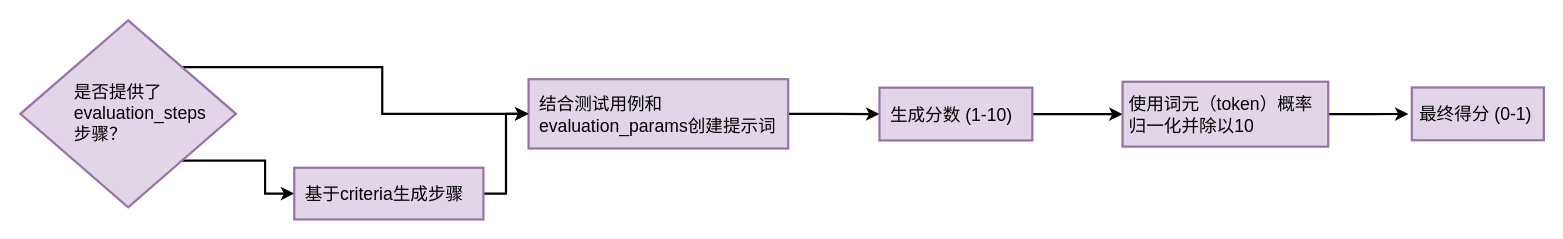
Earlier version of the draw.io diagram diagrams/the_calculation_steps_of_the_g_eval_framework_metric.drawio (real-jiakai/draw). Source tidied: cells renumbered, new cells numbered last; positions are measured from the earlier drawing's top-left corner, leaving out a move shared by most shapes. Both pictures are drawn from the tidied source at 110%, with x=0, y=0 at pixel (20, 20).
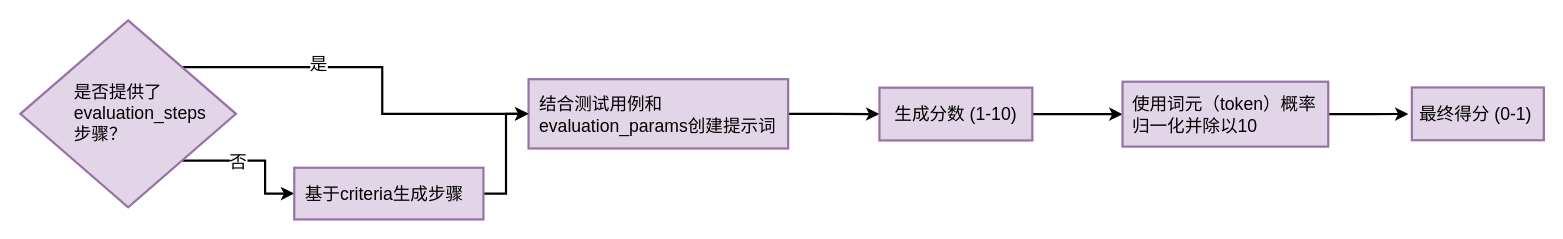
The same diagram, later.

The change refers to these unchanged cells:
```xml
<mxCell id="4" style="edgeStyle=orthogonalEdgeStyle;rounded=0;jettySize=auto;html=1;exitX=1;exitY=0;exitDx=0;exitDy=0;entryX=0;entryY=0.5;entryDx=0;entryDy=0;strokeWidth=2;" parent="1" edge="1" source="6" target="3">
  <mxGeometry relative="1" as="geometry" />
</mxCell>
<mxCell id="5" style="edgeStyle=orthogonalEdgeStyle;rounded=0;jettySize=auto;html=1;exitX=1;exitY=1;exitDx=0;exitDy=0;entryX=0;entryY=0.5;entryDx=0;entryDy=0;strokeWidth=2;" parent="1" edge="1" source="6" target="18">
  <mxGeometry relative="1" as="geometry" />
</mxCell>
```

The edit, as a diff of the source:
```diff
@@
+    <mxCell id="20" value="&lt;font style=&quot;font-size: 16px;&quot;&gt;是&lt;/font&gt;" style="edgeLabel;html=1;align=center;verticalAlign=middle;" parent="4" vertex="1">
+      <mxGeometry x="-0.31" y="3" relative="1" as="geometry" />
+    </mxCell>
@@
+    <mxCell id="21" value="&lt;font style=&quot;font-size: 16px;&quot;&gt;否&lt;/font&gt;" style="edgeLabel;html=1;align=center;verticalAlign=middle;" parent="5" vertex="1">
+      <mxGeometry x="-0.24" y="-1" relative="1" as="geometry" />
+    </mxCell>
@@
     <mxCell id="11" value="&lt;span style=&quot;font-size: 16px;&quot;&gt;生成分数 (1-10)&lt;/span&gt;" style="text;html=1;align=left;verticalAlign=middle;whiteSpace=wrap;rounded=0;" parent="1" vertex="1">
-      <mxGeometry x="789" y="63.2" width="123" height="46" as="geometry" />
+      <mxGeometry x="792.5" y="62" width="116" height="46" as="geometry" />
     </mxCell>
@@
     <mxCell id="14" value="&lt;span style=&quot;font-size: 16px;&quot;&gt;使用词元（token）概率归一化并除以10&lt;/span&gt;" style="text;html=1;align=left;verticalAlign=middle;whiteSpace=wrap;rounded=0;" parent="1" vertex="1">
-      <mxGeometry x="1005.5" y="63.2" width="180" height="46" as="geometry" />
+      <mxGeometry x="1008.5" y="63.2" width="174" height="46" as="geometry" />
     </mxCell>
```
